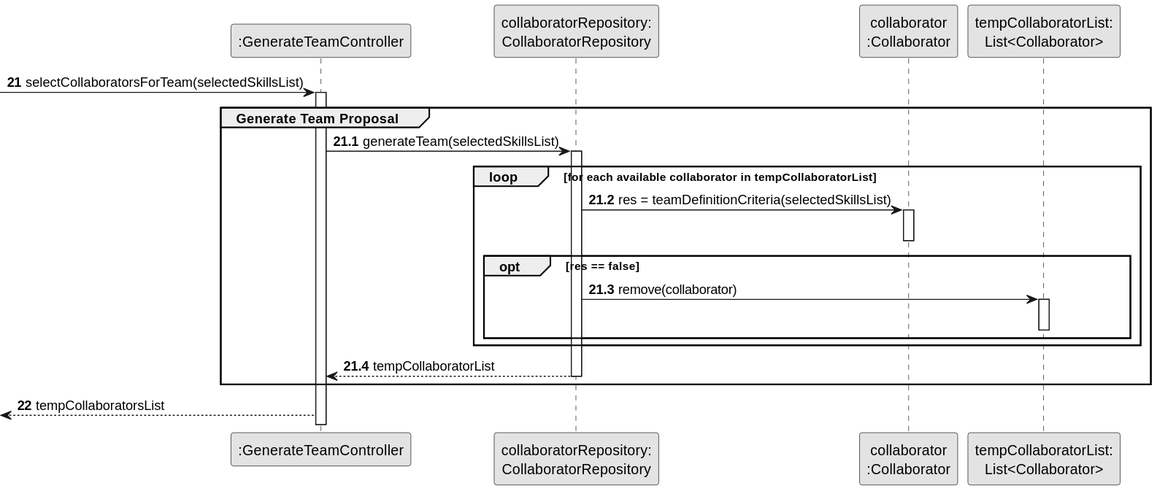
Earlier version of the PlantUML export docs/sprintB/us005/03.design/svg/us005-sequence-diagram-partial-generate-team-proposal.svg (Departamento-de-Engenharia-Informatica/lei-24-s2-1dm-g132). Source of this version:
```plantuml
@startuml
skinparam monochrome true
skinparam packageStyle rectangle
skinparam shadowing false

autonumber 21

participant ":GenerateTeamController" as CTRL

participant "collaboratorRepository:\nCollaboratorRepository" as CollaboratorRepository
participant "collaborator\n:Collaborator" as Collab
participant "tempCollaboratorList:\nList<Collaborator>" as tempCollaboratorList


    -> CTRL : selectCollaboratorsForTeam(selectedSkillsList)
            activate CTRL
            autonumber 21.1
            group Generate Team Proposal

                CTRL -> CollaboratorRepository : generateTeam(selectedSkillsList)
                                activate CollaboratorRepository

                                    loop for each available collaborator in tempCollaboratorList
                                    CollaboratorRepository -> Collab : res = teamDefinitionCriteria(selectedSkillsList)
                                    activate Collab

                                    deactivate Collab

                                    opt res == false

                                    CollaboratorRepository -> tempCollaboratorList : remove(collaborator)
                                    activate tempCollaboratorList

                                    deactivate tempCollaboratorList

                                    end opt

                                    end loop

                                    CollaboratorRepository --> CTRL : tempCollaboratorList
                                deactivate CollaboratorRepository

                end group
                autonumber 22

    <-- CTRL : tempCollaboratorsList
@enduml
```
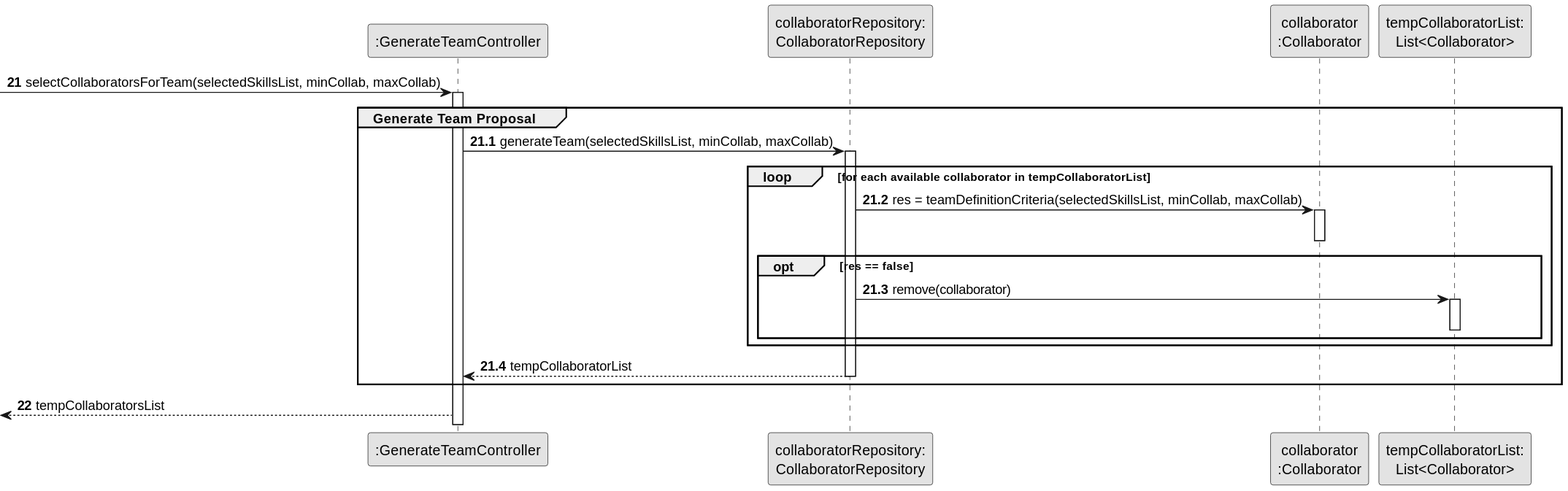
Later version of the same file.

Commit message:
US05 sequence diagrams update

What changed in the source:
```diff
@@ -12,16 +12,16 @@
 participant "tempCollaboratorList:\nList<Collaborator>" as tempCollaboratorList
 
 
-    -> CTRL : selectCollaboratorsForTeam(selectedSkillsList)
+    -> CTRL : selectCollaboratorsForTeam(selectedSkillsList, minCollab, maxCollab)
             activate CTRL
             autonumber 21.1
             group Generate Team Proposal
 
-                CTRL -> CollaboratorRepository : generateTeam(selectedSkillsList)
+                CTRL -> CollaboratorRepository : generateTeam(selectedSkillsList, minCollab, maxCollab)
                                 activate CollaboratorRepository
 
                                     loop for each available collaborator in tempCollaboratorList
-                                    CollaboratorRepository -> Collab : res = teamDefinitionCriteria(selectedSkillsList)
+                                    CollaboratorRepository -> Collab : res = teamDefinitionCriteria(selectedSkillsList, minCollab, maxCollab)
                                     activate Collab
 
                                     deactivate Collab
```
